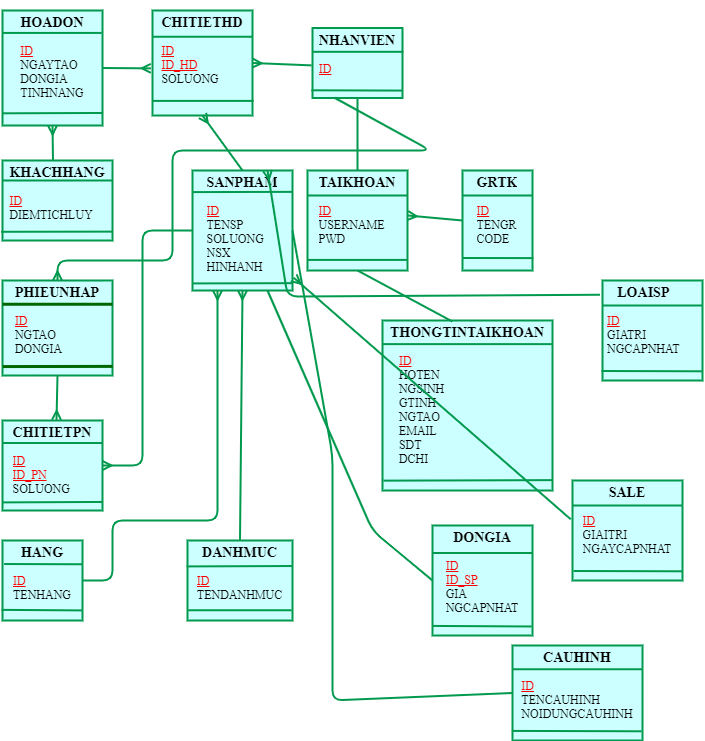
This is erd.drawio.png from sunny-THS/QlyBanDT, a draw.io export, as it was before one commit. Source tidied: cells renumbered, new cells last; positions are measured from the earlier drawing's top-left corner, leaving out a move shared by most shapes.
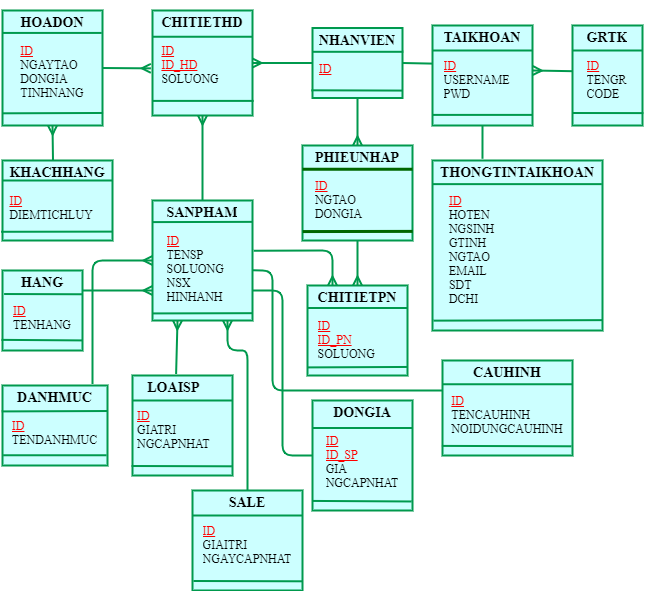
After the change.

What changed in the source:
```diff
@@ -5,3 +5,3 @@
     <mxCell id="2" value="&lt;h3&gt;&lt;font color=&quot;#000000&quot; face=&quot;Times New Roman&quot;&gt;GRTK&lt;br&gt;&lt;/font&gt;&lt;/h3&gt;&lt;div style=&quot;text-align: left&quot;&gt;&lt;u&gt;&lt;font color=&quot;#ff0000&quot; face=&quot;Times New Roman&quot;&gt;ID&lt;/font&gt;&lt;/u&gt;&lt;/div&gt;&lt;div style=&quot;text-align: left&quot;&gt;&lt;font color=&quot;#000000&quot; face=&quot;Times New Roman&quot;&gt;TENGR&lt;/font&gt;&lt;/div&gt;&lt;div style=&quot;text-align: left&quot;&gt;&lt;font color=&quot;#000000&quot; face=&quot;Times New Roman&quot;&gt;CODE&lt;/font&gt;&lt;/div&gt;" style="text;html=1;spacing=5;spacingTop=-20;whiteSpace=wrap;overflow=hidden;rounded=0;shadow=0;fillColor=#CCFFFF;align=center;strokeWidth=2;strokeColor=#00994D;" parent="1" vertex="1">
-      <mxGeometry x="460" y="160" width="70" height="100" as="geometry" />
+      <mxGeometry x="570" y="15" width="70" height="100" as="geometry" />
     </mxCell>
@@ -14,3 +14,3 @@
     <mxCell id="5" value="&lt;h3&gt;&lt;font color=&quot;#000000&quot; face=&quot;Times New Roman&quot;&gt;TAIKHOAN&lt;br&gt;&lt;/font&gt;&lt;/h3&gt;&lt;div style=&quot;text-align: left&quot;&gt;&lt;u&gt;&lt;font color=&quot;#ff0000&quot; face=&quot;Times New Roman&quot;&gt;ID&lt;/font&gt;&lt;/u&gt;&lt;/div&gt;&lt;div style=&quot;text-align: left&quot;&gt;&lt;font color=&quot;#000000&quot; face=&quot;Times New Roman&quot;&gt;USERNAME&lt;/font&gt;&lt;/div&gt;&lt;div style=&quot;text-align: left&quot;&gt;&lt;font color=&quot;#000000&quot; face=&quot;Times New Roman&quot;&gt;PWD&lt;/font&gt;&lt;/div&gt;&lt;div style=&quot;text-align: left&quot;&gt;&lt;br&gt;&lt;/div&gt;" style="text;html=1;spacing=5;spacingTop=-20;whiteSpace=wrap;overflow=hidden;rounded=0;shadow=0;align=center;fillColor=#CCFFFF;strokeWidth=2;strokeColor=#00994D;" parent="1" vertex="1">
-      <mxGeometry x="305" y="160" width="100" height="100" as="geometry" />
+      <mxGeometry x="430" y="15" width="100" height="100" as="geometry" />
     </mxCell>
@@ -22,3 +22,3 @@
     </mxCell>
-    <mxCell id="8" style="endArrow=none;html=1;startSize=6;strokeWidth=2;exitX=1.002;exitY=0.45;exitDx=0;exitDy=0;entryX=0;entryY=0.5;entryDx=0;entryDy=0;exitPerimeter=0;endFill=0;startArrow=ERmany;startFill=0;strokeColor=#00994D;" parent="1" edge="1" source="5" target="2">
+    <mxCell id="8" style="endArrow=none;html=1;startSize=6;strokeWidth=2;exitX=1.002;exitY=0.45;exitDx=0;exitDy=0;entryX=0.006;entryY=0.457;entryDx=0;entryDy=0;exitPerimeter=0;endFill=0;startArrow=ERmany;startFill=0;strokeColor=#00994D;entryPerimeter=0;" parent="1" edge="1" source="5" target="2">
       <mxGeometry relative="1" as="geometry" />
@@ -55,6 +55,6 @@
     </mxCell>
-    <mxCell id="19" style="endArrow=ERmany;html=1;startSize=6;strokeWidth=2;entryX=1;entryY=0.5;entryDx=0;entryDy=0;exitX=-0.011;exitY=0.534;exitDx=0;exitDy=0;exitPerimeter=0;startArrow=none;startFill=0;endFill=0;strokeColor=#00994D;" parent="1" edge="1" source="16" target="12">
+    <mxCell id="19" style="endArrow=ERmany;html=1;startSize=6;strokeWidth=2;entryX=1;entryY=0.5;entryDx=0;entryDy=0;exitX=0;exitY=0.5;exitDx=0;exitDy=0;startArrow=none;startFill=0;endFill=0;strokeColor=#00994D;" parent="1" edge="1" source="16" target="12">
       <mxGeometry relative="1" as="geometry" />
     </mxCell>
-    <mxCell id="20" style="endArrow=none;html=1;startSize=6;strokeWidth=2;exitX=0.5;exitY=1;exitDx=0;exitDy=0;entryX=0.5;entryY=0;entryDx=0;entryDy=0;strokeColor=#00994D;" parent="1" edge="1" source="16" target="5">
+    <mxCell id="20" style="endArrow=none;html=1;startSize=6;strokeWidth=2;exitX=1;exitY=0.5;exitDx=0;exitDy=0;entryX=0;entryY=0.381;entryDx=0;entryDy=0;strokeColor=#00994D;entryPerimeter=0;" parent="1" edge="1" source="16" target="5">
       <mxGeometry relative="1" as="geometry" />
@@ -62,3 +62,3 @@
     <mxCell id="21" value="&lt;h3&gt;&lt;font color=&quot;#000000&quot; face=&quot;Times New Roman&quot;&gt;THONGTINTAIKHOAN&lt;/font&gt;&lt;/h3&gt;&lt;div style=&quot;text-align: left&quot;&gt;&lt;font face=&quot;Times New Roman&quot;&gt;&lt;font color=&quot;#000000&quot;&gt;&amp;nbsp; &amp;nbsp;&lt;/font&gt;&lt;u&gt;&lt;font color=&quot;#ff0000&quot;&gt;ID&lt;/font&gt;&lt;/u&gt;&lt;/font&gt;&lt;/div&gt;&lt;div style=&quot;text-align: left&quot;&gt;&lt;font color=&quot;#000000&quot; face=&quot;Times New Roman&quot;&gt;&amp;nbsp; &amp;nbsp;HOTEN&lt;/font&gt;&lt;/div&gt;&lt;div style=&quot;text-align: left&quot;&gt;&lt;font color=&quot;#000000&quot; face=&quot;Times New Roman&quot;&gt;&amp;nbsp; &amp;nbsp;NGSINH&lt;/font&gt;&lt;/div&gt;&lt;div style=&quot;text-align: left&quot;&gt;&lt;font color=&quot;#000000&quot; face=&quot;Times New Roman&quot;&gt;&amp;nbsp; &amp;nbsp;GTINH&lt;/font&gt;&lt;/div&gt;&lt;div style=&quot;text-align: left&quot;&gt;&lt;font color=&quot;#000000&quot; face=&quot;Times New Roman&quot;&gt;&amp;nbsp; &amp;nbsp;NGTAO&lt;/font&gt;&lt;/div&gt;&lt;div style=&quot;text-align: left&quot;&gt;&lt;font color=&quot;#000000&quot; face=&quot;Times New Roman&quot;&gt;&amp;nbsp; &amp;nbsp;EMAIL&lt;/font&gt;&lt;/div&gt;&lt;div style=&quot;text-align: left&quot;&gt;&lt;font color=&quot;#000000&quot; face=&quot;Times New Roman&quot;&gt;&amp;nbsp; &amp;nbsp;SDT&lt;/font&gt;&lt;/div&gt;&lt;div style=&quot;text-align: left&quot;&gt;&lt;font color=&quot;#000000&quot; face=&quot;Times New Roman&quot;&gt;&amp;nbsp; &amp;nbsp;DCHI&lt;/font&gt;&lt;/div&gt;&lt;div style=&quot;text-align: left&quot;&gt;&lt;br&gt;&lt;/div&gt;&lt;div style=&quot;text-align: left&quot;&gt;&lt;font color=&quot;#000000&quot; face=&quot;Times New Roman&quot;&gt;&lt;br&gt;&lt;/font&gt;&lt;/div&gt;&lt;div&gt;&lt;font color=&quot;#000000&quot; face=&quot;Times New Roman&quot;&gt;&lt;br&gt;&lt;/font&gt;&lt;/div&gt;&lt;div&gt;&lt;font color=&quot;#000000&quot; face=&quot;Times New Roman&quot;&gt;&lt;br&gt;&lt;/font&gt;&lt;/div&gt;&lt;div&gt;&lt;font color=&quot;#000000&quot; face=&quot;Times New Roman&quot;&gt;&lt;br&gt;&lt;/font&gt;&lt;/div&gt;&lt;div&gt;&lt;font color=&quot;#000000&quot; face=&quot;Times New Roman&quot;&gt;&lt;br&gt;&lt;/font&gt;&lt;/div&gt;&lt;div&gt;&lt;font color=&quot;#000000&quot; face=&quot;Times New Roman&quot;&gt;&lt;br&gt;&lt;/font&gt;&lt;/div&gt;&lt;div&gt;&lt;br&gt;&lt;/div&gt;" style="text;html=1;spacing=5;spacingTop=-20;whiteSpace=wrap;overflow=hidden;rounded=0;shadow=0;align=center;fillColor=#CCFFFF;strokeWidth=2;strokeColor=#00994D;" parent="1" vertex="1">
-      <mxGeometry x="380" y="310" width="170" height="170" as="geometry" />
+      <mxGeometry x="430" y="150" width="170" height="170" as="geometry" />
     </mxCell>
@@ -70,3 +70,3 @@
     </mxCell>
-    <mxCell id="24" style="endArrow=none;html=1;startSize=6;strokeWidth=2;entryX=0.5;entryY=1;entryDx=0;entryDy=0;exitX=0.411;exitY=0.006;exitDx=0;exitDy=0;exitPerimeter=0;strokeColor=#00994D;" parent="1" edge="1" source="21" target="5">
+    <mxCell id="24" style="endArrow=none;html=1;startSize=6;strokeWidth=2;entryX=0.5;entryY=1;entryDx=0;entryDy=0;exitX=0.294;exitY=-0.01;exitDx=0;exitDy=0;exitPerimeter=0;strokeColor=#00994D;" parent="1" edge="1" source="21" target="5">
       <mxGeometry relative="1" as="geometry" />
@@ -86,3 +86,3 @@
     <mxCell id="29" value="&lt;h3&gt;&lt;font color=&quot;#000000&quot; face=&quot;Times New Roman&quot;&gt;PHIEUNHAP&lt;br&gt;&lt;/font&gt;&lt;/h3&gt;&lt;div style=&quot;text-align: left&quot;&gt;&lt;font face=&quot;Times New Roman&quot; color=&quot;#ff0000&quot;&gt;&lt;u&gt;ID&lt;/u&gt;&lt;/font&gt;&lt;/div&gt;&lt;div style=&quot;text-align: left&quot;&gt;&lt;font color=&quot;#000000&quot; face=&quot;Times New Roman&quot;&gt;NGTAO&lt;/font&gt;&lt;/div&gt;&lt;div style=&quot;text-align: left&quot;&gt;&lt;font color=&quot;#000000&quot; face=&quot;Times New Roman&quot;&gt;DONGIA&lt;/font&gt;&lt;/div&gt;" style="text;html=1;spacing=5;spacingTop=-20;whiteSpace=wrap;overflow=hidden;rounded=0;shadow=0;align=center;strokeWidth=2;fillColor=#CCFFFF;strokeColor=#00994D;" parent="1" vertex="1">
-      <mxGeometry y="270" width="110" height="95" as="geometry" />
+      <mxGeometry x="300" y="135" width="110" height="95" as="geometry" />
     </mxCell>
@@ -95,3 +95,3 @@
     <mxCell id="32" value="&lt;h3&gt;&lt;font color=&quot;#000000&quot; face=&quot;Times New Roman&quot;&gt;CHITIETPN&lt;br&gt;&lt;/font&gt;&lt;/h3&gt;&lt;div style=&quot;text-align: left&quot;&gt;&lt;font face=&quot;Times New Roman&quot; color=&quot;#ff0000&quot;&gt;&lt;u&gt;ID&lt;/u&gt;&lt;/font&gt;&lt;/div&gt;&lt;div style=&quot;text-align: left&quot;&gt;&lt;font face=&quot;Times New Roman&quot; color=&quot;#ff0000&quot;&gt;&lt;u&gt;ID_PN&lt;/u&gt;&lt;/font&gt;&lt;/div&gt;&lt;div style=&quot;text-align: left&quot;&gt;&lt;font color=&quot;#000000&quot; face=&quot;Times New Roman&quot;&gt;SOLUONG&lt;/font&gt;&lt;/div&gt;" style="text;html=1;spacing=5;spacingTop=-20;whiteSpace=wrap;overflow=hidden;rounded=0;shadow=0;align=center;fillColor=#CCFFFF;strokeWidth=2;strokeColor=#00994D;" parent="1" vertex="1">
-      <mxGeometry y="410" width="100" height="90" as="geometry" />
+      <mxGeometry x="305" y="275" width="100" height="90" as="geometry" />
     </mxCell>
@@ -103,3 +103,3 @@
     </mxCell>
-    <mxCell id="35" style="endArrow=none;html=1;startSize=6;strokeWidth=2;entryX=0.5;entryY=1;entryDx=0;entryDy=0;exitX=0.54;exitY=-0.007;exitDx=0;exitDy=0;exitPerimeter=0;endFill=0;startArrow=ERmany;startFill=0;strokeColor=#00994D;" parent="1" edge="1" source="32" target="29">
+    <mxCell id="35" style="endArrow=none;html=1;startSize=6;strokeWidth=2;entryX=0.5;entryY=1;entryDx=0;entryDy=0;exitX=0.5;exitY=0;exitDx=0;exitDy=0;endFill=0;startArrow=ERmany;startFill=0;strokeColor=#00994D;" parent="1" edge="1" source="32" target="29">
       <mxGeometry relative="1" as="geometry" />
@@ -107,3 +107,3 @@
     <mxCell id="36" value="&lt;h3&gt;&lt;font face=&quot;Times New Roman&quot; color=&quot;#000000&quot;&gt;SANPHAM&lt;br&gt;&lt;/font&gt;&lt;/h3&gt;&lt;div style=&quot;text-align: left&quot;&gt;&lt;font face=&quot;Times New Roman&quot; color=&quot;#ff0000&quot;&gt;&lt;u&gt;ID&lt;/u&gt;&lt;/font&gt;&lt;/div&gt;&lt;div style=&quot;text-align: left&quot;&gt;&lt;font face=&quot;Times New Roman&quot; color=&quot;#000000&quot;&gt;TENSP&lt;/font&gt;&lt;/div&gt;&lt;div style=&quot;text-align: left&quot;&gt;&lt;font face=&quot;Times New Roman&quot; color=&quot;#000000&quot;&gt;SOLUONG&lt;/font&gt;&lt;/div&gt;&lt;div style=&quot;text-align: left&quot;&gt;&lt;font face=&quot;Times New Roman&quot; color=&quot;#000000&quot;&gt;NSX&lt;/font&gt;&lt;/div&gt;&lt;div style=&quot;text-align: left&quot;&gt;&lt;font face=&quot;Times New Roman&quot; color=&quot;#000000&quot;&gt;HINHANH&lt;/font&gt;&lt;/div&gt;&lt;div style=&quot;text-align: left&quot;&gt;&lt;br&gt;&lt;/div&gt;&lt;div&gt;&lt;font face=&quot;Times New Roman&quot; color=&quot;#000000&quot;&gt;&lt;br&gt;&lt;/font&gt;&lt;/div&gt;&lt;div&gt;&lt;font face=&quot;Times New Roman&quot; color=&quot;#000000&quot;&gt;&lt;br&gt;&lt;/font&gt;&lt;/div&gt;&lt;div&gt;&lt;br&gt;&lt;/div&gt;" style="text;html=1;spacing=5;spacingTop=-20;whiteSpace=wrap;overflow=hidden;rounded=0;shadow=0;align=center;strokeWidth=2;fillColor=#CCFFFF;strokeColor=#00994D;" parent="1" vertex="1">
-      <mxGeometry x="190" y="160" width="100" height="120" as="geometry" />
+      <mxGeometry x="150" y="190" width="100" height="120" as="geometry" />
     </mxCell>
@@ -116,3 +116,3 @@
     <mxCell id="39" value="&lt;h3&gt;&lt;font face=&quot;Times New Roman&quot; color=&quot;#000000&quot;&gt;DONGIA&lt;br&gt;&lt;/font&gt;&lt;/h3&gt;&lt;div style=&quot;text-align: left&quot;&gt;&lt;font face=&quot;Times New Roman&quot; color=&quot;#ff0000&quot;&gt;&lt;u&gt;ID&lt;/u&gt;&lt;/font&gt;&lt;/div&gt;&lt;div style=&quot;text-align: left&quot;&gt;&lt;font face=&quot;Times New Roman&quot; color=&quot;#ff0000&quot;&gt;&lt;u&gt;ID_SP&lt;/u&gt;&lt;/font&gt;&lt;/div&gt;&lt;div style=&quot;text-align: left&quot;&gt;&lt;font face=&quot;Times New Roman&quot; color=&quot;#000000&quot;&gt;GIA&lt;/font&gt;&lt;/div&gt;&lt;div style=&quot;text-align: left&quot;&gt;&lt;font face=&quot;Times New Roman&quot; color=&quot;#000000&quot;&gt;NGCAPNHAT&lt;/font&gt;&lt;/div&gt;&lt;div style=&quot;text-align: left&quot;&gt;&lt;br&gt;&lt;/div&gt;" style="text;html=1;spacing=5;spacingTop=-20;whiteSpace=wrap;overflow=hidden;rounded=0;shadow=0;align=center;strokeWidth=2;fillColor=#CCFFFF;strokeColor=#00994D;" parent="1" vertex="1">
-      <mxGeometry x="430" y="515" width="100" height="110" as="geometry" />
+      <mxGeometry x="310" y="390" width="100" height="110" as="geometry" />
     </mxCell>
@@ -125,3 +125,3 @@
     <mxCell id="42" value="&lt;h3&gt;&lt;font color=&quot;#000000&quot; face=&quot;Times New Roman&quot;&gt;HANG&lt;br&gt;&lt;/font&gt;&lt;/h3&gt;&lt;div style=&quot;text-align: left&quot;&gt;&lt;font face=&quot;Times New Roman&quot; color=&quot;#ff0000&quot;&gt;&lt;u&gt;ID&lt;/u&gt;&lt;/font&gt;&lt;/div&gt;&lt;div style=&quot;text-align: left&quot;&gt;&lt;font color=&quot;#000000&quot; face=&quot;Times New Roman&quot;&gt;TENHANG&lt;/font&gt;&lt;/div&gt;" style="text;html=1;spacing=5;spacingTop=-20;whiteSpace=wrap;overflow=hidden;rounded=0;shadow=0;fillColor=#CCFFFF;strokeWidth=2;align=center;strokeColor=#00994D;" parent="1" vertex="1">
-      <mxGeometry y="530" width="80" height="80" as="geometry" />
+      <mxGeometry y="260" width="80" height="80" as="geometry" />
     </mxCell>
@@ -134,3 +134,3 @@
     <mxCell id="45" value="&lt;h3&gt;&lt;font face=&quot;Times New Roman&quot; color=&quot;#000000&quot;&gt;SALE&lt;br&gt;&lt;/font&gt;&lt;/h3&gt;&lt;div style=&quot;text-align: left&quot;&gt;&lt;font face=&quot;Times New Roman&quot; color=&quot;#ff0000&quot;&gt;&lt;u&gt;ID&lt;/u&gt;&lt;/font&gt;&lt;/div&gt;&lt;div style=&quot;text-align: left&quot;&gt;&lt;font face=&quot;Times New Roman&quot; color=&quot;#000000&quot;&gt;GIAITRI&lt;/font&gt;&lt;/div&gt;&lt;div style=&quot;text-align: left&quot;&gt;&lt;span style=&quot;color: rgb(0 , 0 , 0) ; font-family: &amp;#34;times new roman&amp;#34;&quot;&gt;NGAYCAPNHAT&lt;/span&gt;&lt;br&gt;&lt;/div&gt;&lt;div&gt;&lt;font face=&quot;Times New Roman&quot; color=&quot;#000000&quot;&gt;&lt;br&gt;&lt;/font&gt;&lt;/div&gt;&lt;div&gt;&lt;br&gt;&lt;/div&gt;" style="text;html=1;spacing=5;spacingTop=-20;whiteSpace=wrap;overflow=hidden;rounded=0;shadow=0;strokeWidth=2;fillColor=#CCFFFF;align=center;strokeColor=#00994D;" parent="1" vertex="1">
-      <mxGeometry x="570" y="470" width="110" height="100" as="geometry" />
+      <mxGeometry x="190" y="480" width="110" height="100" as="geometry" />
     </mxCell>
@@ -139,7 +139,6 @@
     </mxCell>
-    <mxCell id="47" style="endArrow=none;html=1;strokeWidth=2;exitX=1;exitY=0.5;exitDx=0;exitDy=0;entryX=0;entryY=0.5;entryDx=0;entryDy=0;startArrow=ERmany;startFill=0;strokeColor=#00994D;" parent="1" edge="1" source="32" target="36">
+    <mxCell id="47" style="endArrow=none;html=1;strokeWidth=2;exitX=0.25;exitY=0;exitDx=0;exitDy=0;entryX=1.012;entryY=0.419;entryDx=0;entryDy=0;startArrow=ERmany;startFill=0;strokeColor=#00994D;entryPerimeter=0;" parent="1" edge="1" source="32" target="36">
       <mxGeometry relative="1" as="geometry">
         <Array as="points">
-          <mxPoint x="140" y="455" />
-          <mxPoint x="140" y="220" />
+          <mxPoint x="330" y="240" />
         </Array>
@@ -147,6 +146,7 @@
     </mxCell>
-    <mxCell id="48" style="endArrow=none;html=1;strokeWidth=2;exitX=0.75;exitY=1;exitDx=0;exitDy=0;entryX=0;entryY=0.5;entryDx=0;entryDy=0;strokeColor=#00994D;" parent="1" edge="1" source="36" target="39">
+    <mxCell id="48" style="endArrow=none;html=1;strokeWidth=2;exitX=1;exitY=0.75;exitDx=0;exitDy=0;entryX=0;entryY=0.5;entryDx=0;entryDy=0;strokeColor=#00994D;" parent="1" edge="1" source="36" target="39">
       <mxGeometry relative="1" as="geometry">
         <Array as="points">
-          <mxPoint x="370" y="520" />
+          <mxPoint x="280" y="280" />
+          <mxPoint x="280" y="445" />
         </Array>
@@ -154,10 +154,4 @@
     </mxCell>
-    <mxCell id="49" style="endArrow=ERmany;html=1;strokeWidth=2;entryX=0.25;entryY=1;entryDx=0;entryDy=0;exitX=1;exitY=0.5;exitDx=0;exitDy=0;startArrow=none;startFill=0;endFill=0;strokeColor=#00994D;" parent="1" edge="1" source="42" target="36">
-      <mxGeometry relative="1" as="geometry">
-        <Array as="points">
-          <mxPoint x="110" y="570" />
-          <mxPoint x="110" y="510" />
-          <mxPoint x="215" y="510" />
-        </Array>
-      </mxGeometry>
+    <mxCell id="49" style="endArrow=ERmany;html=1;strokeWidth=2;entryX=0;entryY=0.75;entryDx=0;entryDy=0;exitX=1;exitY=0.25;exitDx=0;exitDy=0;startArrow=none;startFill=0;endFill=0;strokeColor=#00994D;" parent="1" edge="1" source="42" target="36">
+      <mxGeometry relative="1" as="geometry" />
     </mxCell>
@@ -169,7 +163,12 @@
     </mxCell>
-    <mxCell id="52" style="endArrow=none;html=1;strokeWidth=2;exitX=1.012;exitY=0.894;exitDx=0;exitDy=0;exitPerimeter=0;entryX=-0.016;entryY=0.388;entryDx=0;entryDy=0;entryPerimeter=0;startArrow=ERmany;startFill=0;strokeColor=#00994D;" parent="1" edge="1" source="36" target="45">
-      <mxGeometry relative="1" as="geometry" />
+    <mxCell id="52" style="endArrow=none;html=1;strokeWidth=2;exitX=0.75;exitY=1;exitDx=0;exitDy=0;entryX=0.5;entryY=0;entryDx=0;entryDy=0;startArrow=ERmany;startFill=0;strokeColor=#00994D;" parent="1" edge="1" source="36" target="45">
+      <mxGeometry relative="1" as="geometry">
+        <Array as="points">
+          <mxPoint x="225" y="340" />
+          <mxPoint x="245" y="340" />
+        </Array>
+      </mxGeometry>
     </mxCell>
     <mxCell id="53" value="&lt;h3&gt;&lt;font face=&quot;Times New Roman&quot; color=&quot;#000000&quot;&gt;DANHMUC&lt;br&gt;&lt;/font&gt;&lt;/h3&gt;&lt;div style=&quot;text-align: left&quot;&gt;&lt;font face=&quot;Times New Roman&quot; color=&quot;#ff0000&quot;&gt;&lt;u&gt;ID&lt;/u&gt;&lt;/font&gt;&lt;/div&gt;&lt;div style=&quot;text-align: left&quot;&gt;&lt;font face=&quot;Times New Roman&quot; color=&quot;#000000&quot;&gt;TENDANHMUC&lt;/font&gt;&lt;/div&gt;" style="text;html=1;spacing=5;spacingTop=-20;whiteSpace=wrap;overflow=hidden;rounded=0;align=center;fillColor=#CCFFFF;strokeWidth=2;strokeColor=#00994D;" parent="1" vertex="1">
-      <mxGeometry x="185" y="530" width="105" height="80" as="geometry" />
+      <mxGeometry y="375" width="105" height="80" as="geometry" />
     </mxCell>
@@ -182,6 +181,6 @@
     <mxCell id="56" value="&lt;h3 style=&quot;text-align: center&quot;&gt;&lt;font face=&quot;Times New Roman&quot; color=&quot;#000000&quot;&gt;LOAISP&lt;br&gt;&lt;/font&gt;&lt;/h3&gt;&lt;div&gt;&lt;font face=&quot;Times New Roman&quot; color=&quot;#ff0000&quot;&gt;&lt;u&gt;ID&lt;/u&gt;&lt;/font&gt;&lt;/div&gt;&lt;div&gt;&lt;font face=&quot;Times New Roman&quot; color=&quot;#000000&quot;&gt;GIATRI&lt;/font&gt;&lt;/div&gt;&lt;div&gt;&lt;font face=&quot;Times New Roman&quot; color=&quot;#000000&quot;&gt;NGCAPNHAT&lt;/font&gt;&lt;/div&gt;&lt;div style=&quot;text-align: center&quot;&gt;&lt;font face=&quot;Times New Roman&quot;&gt;&lt;br&gt;&lt;/font&gt;&lt;/div&gt;" style="text;html=1;spacing=5;spacingTop=-20;whiteSpace=wrap;overflow=hidden;rounded=0;strokeWidth=2;fillColor=#CCFFFF;strokeColor=#00994D;" parent="1" vertex="1">
-      <mxGeometry x="600" y="270" width="100" height="100" as="geometry" />
+      <mxGeometry x="130" y="365" width="100" height="100" as="geometry" />
     </mxCell>
     <mxCell id="57" value="&lt;h3&gt;&lt;font face=&quot;Times New Roman&quot; color=&quot;#000000&quot;&gt;CAUHINH&lt;br&gt;&lt;/font&gt;&lt;/h3&gt;&lt;div style=&quot;text-align: left&quot;&gt;&lt;font face=&quot;Times New Roman&quot; color=&quot;#ff0000&quot;&gt;&lt;u&gt;ID&lt;/u&gt;&lt;/font&gt;&lt;/div&gt;&lt;div style=&quot;text-align: left&quot;&gt;&lt;font face=&quot;Times New Roman&quot; color=&quot;#000000&quot;&gt;TENCAUHINH&lt;/font&gt;&lt;/div&gt;&lt;div style=&quot;text-align: left&quot;&gt;&lt;font face=&quot;Times New Roman&quot; color=&quot;#000000&quot;&gt;NOIDUNGCAUHINH&lt;/font&gt;&lt;/div&gt;" style="text;html=1;spacing=5;spacingTop=-20;whiteSpace=wrap;overflow=hidden;rounded=0;align=center;strokeWidth=2;fillColor=#CCFFFF;strokeColor=#00994D;" parent="1" vertex="1">
-      <mxGeometry x="510" y="635" width="130" height="95" as="geometry" />
+      <mxGeometry x="440" y="350" width="130" height="95" as="geometry" />
     </mxCell>
@@ -199,17 +198,19 @@
     </mxCell>
-    <mxCell id="62" style="endArrow=none;html=1;strokeWidth=2;exitX=0.75;exitY=0;exitDx=0;exitDy=0;entryX=-0.024;entryY=0.142;entryDx=0;entryDy=0;entryPerimeter=0;startArrow=ERmany;startFill=0;strokeColor=#00994D;" parent="1" edge="1" source="36" target="56">
-      <mxGeometry relative="1" as="geometry">
-        <Array as="points">
-          <mxPoint x="285" y="286" />
-        </Array>
-      </mxGeometry>
+    <mxCell id="62" style="endArrow=none;html=1;strokeWidth=2;exitX=0.25;exitY=1;exitDx=0;exitDy=0;entryX=0.436;entryY=-0.015;entryDx=0;entryDy=0;startArrow=ERmany;startFill=0;strokeColor=#00994D;entryPerimeter=0;" parent="1" edge="1" source="36" target="56">
+      <mxGeometry relative="1" as="geometry" />
     </mxCell>
-    <mxCell id="63" style="endArrow=none;html=1;strokeWidth=2;exitX=0.5;exitY=1;exitDx=0;exitDy=0;entryX=0.5;entryY=0;entryDx=0;entryDy=0;startArrow=ERmany;startFill=0;strokeColor=#00994D;" parent="1" edge="1" source="36" target="53">
-      <mxGeometry relative="1" as="geometry" />
+    <mxCell id="63" style="endArrow=none;html=1;strokeWidth=2;exitX=0;exitY=0.5;exitDx=0;exitDy=0;entryX=0.857;entryY=-0.018;entryDx=0;entryDy=0;startArrow=ERmany;startFill=0;strokeColor=#00994D;entryPerimeter=0;" parent="1" edge="1" source="36" target="53">
+      <mxGeometry relative="1" as="geometry">
+        <Array as="points">
+          <mxPoint x="90" y="250" />
+          <mxPoint x="90" y="330" />
+          <mxPoint x="90" y="360" />
+        </Array>
+      </mxGeometry>
     </mxCell>
-    <mxCell id="64" style="endArrow=none;html=1;strokeWidth=2;exitX=1;exitY=0.5;exitDx=0;exitDy=0;entryX=0;entryY=0.5;entryDx=0;entryDy=0;strokeColor=#00994D;" parent="1" edge="1" source="36" target="57">
+    <mxCell id="64" style="endArrow=none;html=1;strokeWidth=2;exitX=1.004;exitY=0.582;exitDx=0;exitDy=0;entryX=0;entryY=0.315;entryDx=0;entryDy=0;strokeColor=#00994D;exitPerimeter=0;entryPerimeter=0;" parent="1" edge="1" source="36" target="57">
       <mxGeometry relative="1" as="geometry">
         <Array as="points">
-          <mxPoint x="330" y="445" />
-          <mxPoint x="330" y="690" />
+          <mxPoint x="270" y="260" />
+          <mxPoint x="270" y="380" />
         </Array>
@@ -217,11 +218,4 @@
     </mxCell>
-    <mxCell id="65" style="endArrow=none;html=1;strokeWidth=2;exitX=0.5;exitY=0;exitDx=0;exitDy=0;entryX=0.25;entryY=1;entryDx=0;entryDy=0;endFill=0;startArrow=ERmany;startFill=0;strokeColor=#00994D;" parent="1" edge="1" source="29" target="16">
-      <mxGeometry relative="1" as="geometry">
-        <Array as="points">
-          <mxPoint x="55" y="250" />
-          <mxPoint x="170" y="250" />
-          <mxPoint x="170" y="140" />
-          <mxPoint x="428" y="140" />
-        </Array>
-      </mxGeometry>
+    <mxCell id="65" style="endArrow=none;html=1;strokeWidth=2;exitX=0.5;exitY=0;exitDx=0;exitDy=0;entryX=0.5;entryY=1;entryDx=0;entryDy=0;endFill=0;startArrow=ERmany;startFill=0;strokeColor=#00994D;" parent="1" edge="1" source="29" target="16">
+      <mxGeometry relative="1" as="geometry" />
     </mxCell>
```
